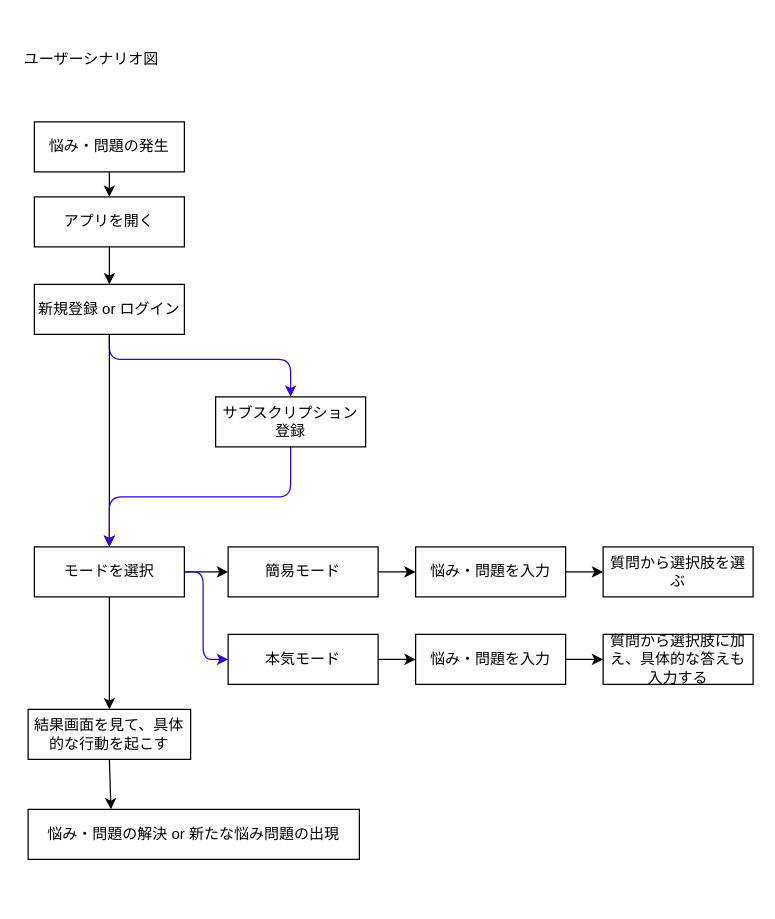
hiroyuki00889/ALL-AIBOX keeps this draw.io diagram as page "ユーザーシナリオ図" (2 of 3) of Diagrams/RequirementsDefinitionPhase.drawio. Above is the earlier version. Source tidied: cells renumbered, new cells numbered last; positions are measured from the earlier drawing's top-left corner, leaving out a move shared by most shapes. Both pictures are drawn from the tidied source at 125%, with x=0, y=0 at pixel (21, 21).
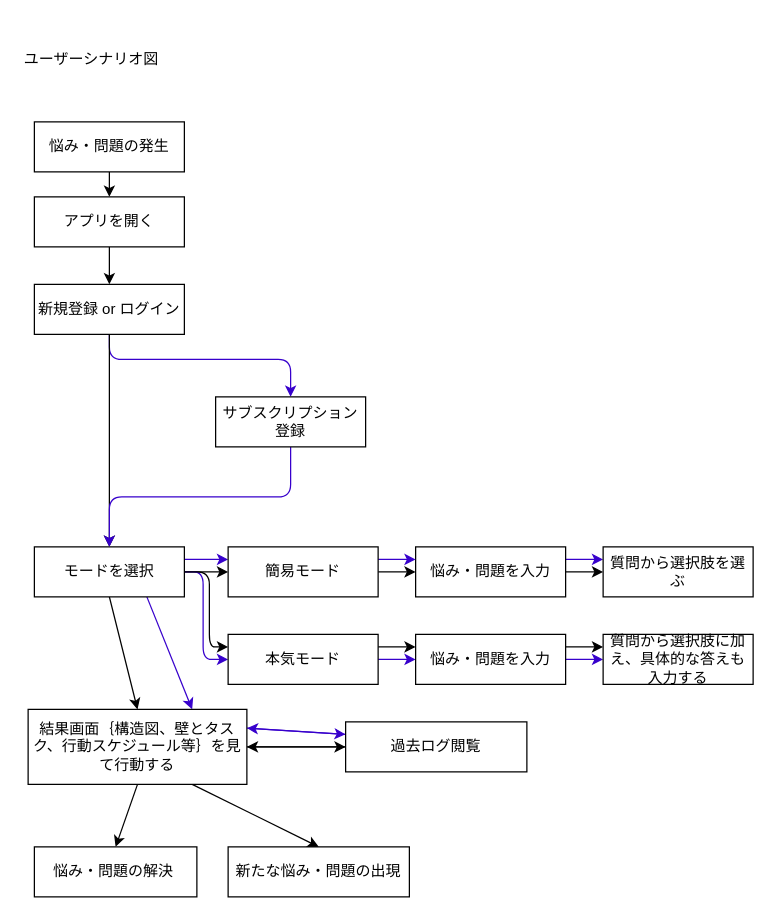
The same diagram, later.

The change refers to these unchanged cells:
```xml
<mxCell id="11" value="悩み・問題を入力" style="rounded=0;whiteSpace=wrap;html=1;" parent="1" vertex="1">
  <mxGeometry x="315" y="420" width="120" height="40" as="geometry" />
</mxCell>
<mxCell id="15" value="モードを選択" style="rounded=0;whiteSpace=wrap;html=1;" parent="1" vertex="1">
  <mxGeometry x="10" y="420" width="120" height="40" as="geometry" />
</mxCell>
<mxCell id="17" value="簡易モード" style="rounded=0;whiteSpace=wrap;html=1;" parent="1" vertex="1">
  <mxGeometry x="165" y="420" width="120" height="40" as="geometry" />
</mxCell>
<mxCell id="19" value="本気モード" style="rounded=0;whiteSpace=wrap;html=1;" parent="1" vertex="1">
  <mxGeometry x="165" y="490" width="120" height="40" as="geometry" />
</mxCell>
<mxCell id="21" value="悩み・問題を入力" style="rounded=0;whiteSpace=wrap;html=1;" parent="1" vertex="1">
  <mxGeometry x="315" y="490" width="120" height="40" as="geometry" />
</mxCell>
<mxCell id="22" value="質問から選択肢を選ぶ" style="rounded=0;whiteSpace=wrap;html=1;" parent="1" vertex="1">
  <mxGeometry x="465" y="420" width="120" height="40" as="geometry" />
</mxCell>
<mxCell id="23" value="質問から選択肢に加え、具体的な答えも入力する" style="rounded=0;whiteSpace=wrap;html=1;" parent="1" vertex="1">
  <mxGeometry x="465" y="490" width="120" height="40" as="geometry" />
</mxCell>
```

The edit, as a diff of the source:
```diff
@@
+    <mxCell id="29" style="edgeStyle=none;html=1;exitX=1;exitY=0.25;exitDx=0;exitDy=0;entryX=0;entryY=0.25;entryDx=0;entryDy=0;fontSize=18;fillColor=#6a00ff;strokeColor=#3700CC;" parent="1" edge="1" source="11" target="22">
+      <mxGeometry relative="1" as="geometry" />
+    </mxCell>
@@
+    <mxCell id="30" style="edgeStyle=none;html=1;exitX=0.75;exitY=1;exitDx=0;exitDy=0;entryX=0.75;entryY=0;entryDx=0;entryDy=0;fontSize=18;fillColor=#6a00ff;strokeColor=#3700CC;" parent="1" edge="1" source="15" target="25">
+      <mxGeometry relative="1" as="geometry" />
+    </mxCell>
+    <mxCell id="31" style="edgeStyle=none;html=1;exitX=1;exitY=0.25;exitDx=0;exitDy=0;entryX=0;entryY=0.25;entryDx=0;entryDy=0;fontSize=18;fillColor=#6a00ff;strokeColor=#3700CC;" parent="1" edge="1" source="15" target="17">
+      <mxGeometry relative="1" as="geometry" />
+    </mxCell>
+    <mxCell id="32" style="edgeStyle=none;html=1;exitX=1;exitY=0.5;exitDx=0;exitDy=0;entryX=0;entryY=0.25;entryDx=0;entryDy=0;fontSize=18;" parent="1" edge="1" source="15" target="19">
+      <mxGeometry relative="1" as="geometry">
+        <Array as="points">
+          <mxPoint x="150" y="440" />
+          <mxPoint x="150" y="500" />
+        </Array>
+      </mxGeometry>
+    </mxCell>
@@
+    <mxCell id="33" style="edgeStyle=none;html=1;exitX=1;exitY=0.25;exitDx=0;exitDy=0;entryX=0;entryY=0.25;entryDx=0;entryDy=0;fontSize=18;fillColor=#6a00ff;strokeColor=#3700CC;" parent="1" edge="1" source="17" target="11">
+      <mxGeometry relative="1" as="geometry" />
+    </mxCell>
@@
-    <mxCell id="18" style="edgeStyle=none;html=1;exitX=1;exitY=0.5;exitDx=0;exitDy=0;entryX=0;entryY=0.5;entryDx=0;entryDy=0;" parent="1" edge="1" source="19" target="21">
-      <mxGeometry relative="1" as="geometry" />
-    </mxCell>
+    <mxCell id="34" style="edgeStyle=none;html=1;exitX=1;exitY=0.25;exitDx=0;exitDy=0;entryX=0;entryY=0.25;entryDx=0;entryDy=0;fontSize=18;" parent="1" edge="1" source="19" target="21">
+      <mxGeometry relative="1" as="geometry" />
+    </mxCell>
+    <mxCell id="35" style="edgeStyle=none;html=1;exitX=1;exitY=0.5;exitDx=0;exitDy=0;entryX=0;entryY=0.5;entryDx=0;entryDy=0;fontSize=18;fillColor=#6a00ff;strokeColor=#3700CC;" parent="1" edge="1" source="19" target="21">
+      <mxGeometry relative="1" as="geometry" />
+    </mxCell>
@@
-    <mxCell id="20" style="edgeStyle=none;html=1;exitX=1;exitY=0.5;exitDx=0;exitDy=0;entryX=0;entryY=0.5;entryDx=0;entryDy=0;" parent="1" edge="1" source="21" target="23">
-      <mxGeometry relative="1" as="geometry" />
-    </mxCell>
+    <mxCell id="36" style="edgeStyle=none;html=1;exitX=1;exitY=0.25;exitDx=0;exitDy=0;entryX=0;entryY=0.25;entryDx=0;entryDy=0;fontSize=18;" parent="1" edge="1" source="21" target="23">
+      <mxGeometry relative="1" as="geometry" />
+    </mxCell>
+    <mxCell id="37" style="edgeStyle=none;html=1;exitX=1;exitY=0.5;exitDx=0;exitDy=0;entryX=0;entryY=0.5;entryDx=0;entryDy=0;fontSize=18;fillColor=#6a00ff;strokeColor=#3700CC;" parent="1" edge="1" source="21" target="23">
+      <mxGeometry relative="1" as="geometry" />
+    </mxCell>
@@
-    <mxCell id="24" style="edgeStyle=none;html=1;exitX=0.5;exitY=1;exitDx=0;exitDy=0;entryX=0.25;entryY=0;entryDx=0;entryDy=0;" parent="1" edge="1" source="25" target="26">
+    <mxCell id="24" style="edgeStyle=none;html=1;exitX=0.5;exitY=1;exitDx=0;exitDy=0;entryX=0.5;entryY=0;entryDx=0;entryDy=0;" parent="1" edge="1" source="25" target="26">
       <mxGeometry relative="1" as="geometry" />
     </mxCell>
+    <mxCell id="38" style="edgeStyle=none;html=1;exitX=0.75;exitY=1;exitDx=0;exitDy=0;entryX=0.5;entryY=0;entryDx=0;entryDy=0;" parent="1" edge="1" source="25" target="41">
+      <mxGeometry relative="1" as="geometry" />
+    </mxCell>
+    <mxCell id="39" style="edgeStyle=none;html=1;exitX=1;exitY=0.5;exitDx=0;exitDy=0;entryX=0;entryY=0.5;entryDx=0;entryDy=0;" parent="1" edge="1" source="25" target="44">
+      <mxGeometry relative="1" as="geometry" />
+    </mxCell>
+    <mxCell id="40" style="edgeStyle=none;html=1;exitX=1;exitY=0.25;exitDx=0;exitDy=0;entryX=0;entryY=0.25;entryDx=0;entryDy=0;fontSize=18;fillColor=#6a00ff;strokeColor=#3700CC;" parent="1" edge="1" source="25" target="44">
+      <mxGeometry relative="1" as="geometry" />
+    </mxCell>
-    <mxCell id="25" value="結果画面を見て、具体的な行動を起こす" style="rounded=0;whiteSpace=wrap;html=1;" parent="1" vertex="1">
-      <mxGeometry x="5" y="550" width="130" height="40" as="geometry" />
+    <mxCell id="25" value="結果画面｛構造図、壁とタスク、行動スケジュール等｝を見て行動する" style="rounded=0;whiteSpace=wrap;html=1;" parent="1" vertex="1">
+      <mxGeometry x="5" y="550" width="175" height="60" as="geometry" />
     </mxCell>
-    <mxCell id="26" value="悩み・問題の解決 or 新たな悩み問題の出現" style="rounded=0;whiteSpace=wrap;html=1;" parent="1" vertex="1">
-      <mxGeometry x="5" y="630" width="265" height="40" as="geometry" />
+    <mxCell id="26" value="悩み・問題の解決&amp;nbsp;" style="rounded=0;whiteSpace=wrap;html=1;" parent="1" vertex="1">
+      <mxGeometry x="10" y="660" width="130" height="40" as="geometry" />
     </mxCell>
@@
+    <mxCell id="41" value="新たな悩み・問題の出現" style="rounded=0;whiteSpace=wrap;html=1;" parent="1" vertex="1">
+      <mxGeometry x="165" y="660" width="145" height="40" as="geometry" />
+    </mxCell>
+    <mxCell id="42" style="edgeStyle=none;html=1;exitX=0;exitY=0.5;exitDx=0;exitDy=0;entryX=1;entryY=0.5;entryDx=0;entryDy=0;" parent="1" edge="1" source="44" target="25">
+      <mxGeometry relative="1" as="geometry" />
+    </mxCell>
+    <mxCell id="43" style="edgeStyle=none;html=1;fontSize=18;fillColor=#6a00ff;strokeColor=#3700CC;entryX=1;entryY=0.25;entryDx=0;entryDy=0;" parent="1" edge="1" target="25">
+      <mxGeometry relative="1" as="geometry">
+        <mxPoint x="259" y="570" as="sourcePoint" />
+      </mxGeometry>
+    </mxCell>
+    <mxCell id="44" value="過去ログ閲覧" style="rounded=0;whiteSpace=wrap;html=1;" parent="1" vertex="1">
+      <mxGeometry x="259" y="560" width="145" height="40" as="geometry" />
+    </mxCell>
```
